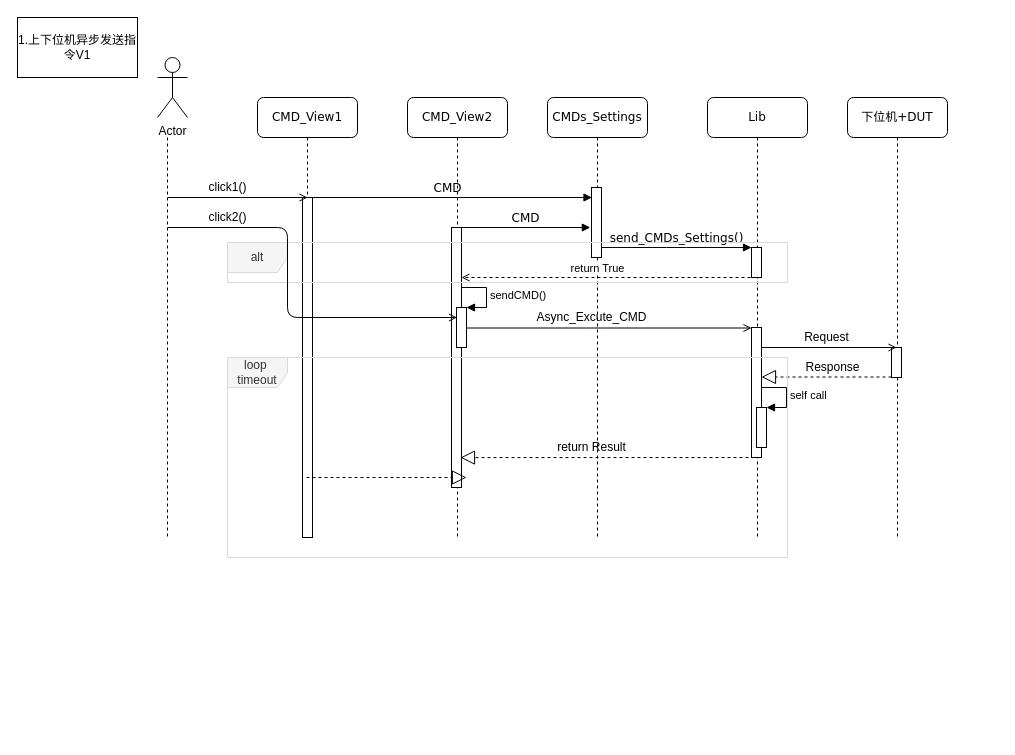
Before: Untitled Diagram.drawio in houxiaoxuan/CSharpBasicCodePractice, a draw.io diagram. Source tidied: cells renumbered, new cells numbered last; positions are measured from the earlier drawing's top-left corner, leaving out a move shared by most shapes. Both pictures are drawn from the tidied source at 100%, with x=0, y=0 at pixel (17, 17).
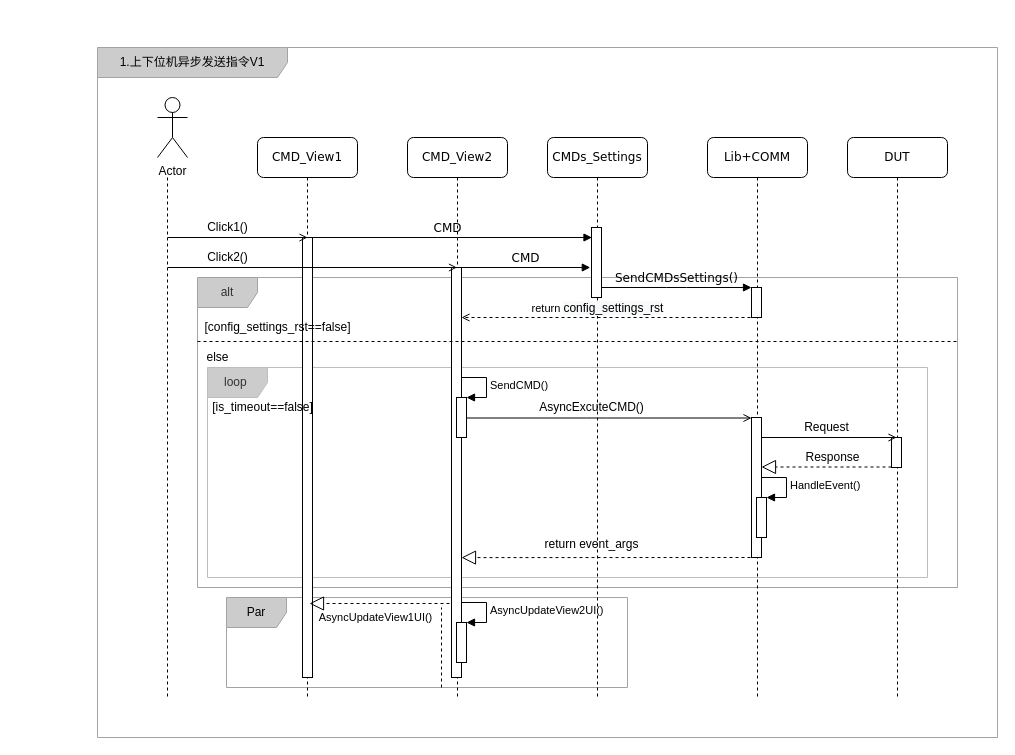
Above is the later version.

The change refers to these unchanged cells:
```xml
<mxCell id="3" style="html=1;points=[];perimeter=orthogonalPerimeter;rounded=0;shadow=0;comic=0;labelBackgroundColor=none;strokeWidth=1;fontFamily=Verdana;fontSize=12;align=center;" parent="2" vertex="1">
  <mxGeometry x="44" y="90" width="10" height="70" as="geometry" />
</mxCell>
<mxCell id="6" style="html=1;points=[];perimeter=orthogonalPerimeter;rounded=0;shadow=0;comic=0;labelBackgroundColor=none;strokeWidth=1;fontFamily=Verdana;fontSize=12;align=center;" parent="5" vertex="1">
  <mxGeometry x="44" y="150" width="10" height="30" as="geometry" />
</mxCell>
```

The edit, as a diff of the source:
```diff
@@
+    <mxCell id="31" value="1.上下位机异步发送指令V1" style="shape=umlFrame;whiteSpace=wrap;html=1;strokeColor=#A3A3A3;fillColor=#CCCCCC;width=190;height=30;" parent="1" vertex="1">
+      <mxGeometry x="80" y="30" width="900" height="690" as="geometry" />
+    </mxCell>
+    <mxCell id="40" value="Par" style="shape=umlFrame;whiteSpace=wrap;html=1;strokeColor=#A3A3A3;fillColor=#CCCCCC;" parent="1" vertex="1">
+      <mxGeometry x="209" y="580" width="401" height="90" as="geometry" />
+    </mxCell>
+    <mxCell id="35" value="alt" style="shape=umlFrame;whiteSpace=wrap;html=1;fontColor=#333333;strokeColor=#A3A3A3;fillColor=#CCCCCC;" parent="1" vertex="1">
+      <mxGeometry x="180" y="260" width="760" height="310" as="geometry" />
+    </mxCell>
+    <mxCell id="33" value="loop&amp;nbsp;" style="shape=umlFrame;whiteSpace=wrap;html=1;fontColor=#333333;strokeColor=#BDBDBD;fillColor=#CCCCCC;" parent="1" vertex="1">
+      <mxGeometry x="190" y="350" width="720" height="210" as="geometry" />
+    </mxCell>
     <mxCell id="2" value="CMDs_Settings" style="shape=umlLifeline;perimeter=lifelinePerimeter;whiteSpace=wrap;html=1;rounded=1;shadow=0;comic=0;labelBackgroundColor=none;strokeWidth=1;fontFamily=Verdana;fontSize=12;align=center;" parent="1" vertex="1">
-      <mxGeometry x="530" y="80" width="100" height="440" as="geometry" />
+      <mxGeometry x="530" y="120" width="100" height="560" as="geometry" />
     </mxCell>
@@
-    <mxCell id="4" value="return Result" style="text;html=1;align=center;verticalAlign=middle;" parent="2" vertex="1">
-      <mxGeometry x="4" y="340" width="80" height="20" as="geometry" />
+    <mxCell id="4" value="return event_args" style="text;html=1;align=center;verticalAlign=middle;" parent="2" vertex="1">
+      <mxGeometry x="-11" y="397" width="110" height="20" as="geometry" />
     </mxCell>
-    <mxCell id="5" value="Lib" style="shape=umlLifeline;perimeter=lifelinePerimeter;whiteSpace=wrap;html=1;rounded=1;shadow=0;comic=0;labelBackgroundColor=none;strokeWidth=1;fontFamily=Verdana;fontSize=12;align=center;" parent="1" vertex="1">
-      <mxGeometry x="690" y="80" width="100" height="440" as="geometry" />
+    <mxCell id="5" value="Lib+COMM" style="shape=umlLifeline;perimeter=lifelinePerimeter;whiteSpace=wrap;html=1;rounded=1;shadow=0;comic=0;labelBackgroundColor=none;strokeWidth=1;fontFamily=Verdana;fontSize=12;align=center;" parent="1" vertex="1">
+      <mxGeometry x="690" y="120" width="100" height="560" as="geometry" />
     </mxCell>
@@
     <mxCell id="7" style="html=1;perimeter=orthogonalPerimeter;rounded=0;shadow=0;comic=0;labelBackgroundColor=none;strokeWidth=1;fontFamily=Verdana;fontSize=12;align=center;" parent="5" vertex="1">
-      <mxGeometry x="44" y="230" width="10" height="130" as="geometry" />
+      <mxGeometry x="44" y="280" width="10" height="140" as="geometry" />
     </mxCell>
-    <mxCell id="8" value="下位机+DUT" style="shape=umlLifeline;perimeter=lifelinePerimeter;whiteSpace=wrap;html=1;rounded=1;shadow=0;comic=0;labelBackgroundColor=none;strokeWidth=1;fontFamily=Verdana;fontSize=12;align=center;" parent="1" vertex="1">
-      <mxGeometry x="830" y="80" width="100" height="440" as="geometry" />
+    <mxCell id="8" value="DUT" style="shape=umlLifeline;perimeter=lifelinePerimeter;whiteSpace=wrap;html=1;rounded=1;shadow=0;comic=0;labelBackgroundColor=none;strokeWidth=1;fontFamily=Verdana;fontSize=12;align=center;" parent="1" vertex="1">
+      <mxGeometry x="830" y="120" width="100" height="560" as="geometry" />
     </mxCell>
     <mxCell id="9" style="html=1;perimeter=orthogonalPerimeter;rounded=0;shadow=0;comic=0;labelBackgroundColor=none;strokeWidth=1;fontFamily=Verdana;fontSize=12;align=center;" parent="8" vertex="1">
-      <mxGeometry x="44" y="250" width="10" height="30" as="geometry" />
+      <mxGeometry x="44" y="300" width="10" height="30" as="geometry" />
     </mxCell>
     <mxCell id="10" value="CMD_View2" style="shape=umlLifeline;perimeter=lifelinePerimeter;whiteSpace=wrap;html=1;outlineConnect=0;rounded=1;shadow=0;comic=0;labelBackgroundColor=none;strokeWidth=1;fontFamily=Verdana;fontSize=12;align=center;" parent="1" vertex="1">
-      <mxGeometry x="390" y="80" width="100" height="440" as="geometry" />
+      <mxGeometry x="390" y="120" width="100" height="560" as="geometry" />
     </mxCell>
     <mxCell id="11" style="html=1;points=[];perimeter=orthogonalPerimeter;rounded=0;shadow=0;comic=0;labelBackgroundColor=none;strokeWidth=1;fontFamily=Verdana;fontSize=12;align=center;" parent="10" vertex="1">
-      <mxGeometry x="44" y="130" width="10" height="260" as="geometry" />
+      <mxGeometry x="44" y="130" width="10" height="410" as="geometry" />
     </mxCell>
@@
-    <mxCell id="13" value="send_CMDs_Settings()" style="html=1;verticalAlign=bottom;endArrow=block;entryX=0;entryY=0;labelBackgroundColor=none;fontFamily=Verdana;fontSize=12;edgeStyle=elbowEdgeStyle;elbow=vertical;" parent="1" edge="1" source="3" target="6">
+    <mxCell id="13" value="SendCMDsSettings()" style="html=1;verticalAlign=bottom;endArrow=block;entryX=0;entryY=0;labelBackgroundColor=none;fontFamily=Verdana;fontSize=12;edgeStyle=elbowEdgeStyle;elbow=vertical;" parent="1" edge="1" source="3" target="6">
       <mxGeometry relative="1" as="geometry" />
     </mxCell>
     <mxCell id="14" style="endArrow=open;endFill=1;endSize=6;html=1;labelBackgroundColor=none;" parent="1" edge="1">
       <mxGeometry relative="1" as="geometry">
-        <mxPoint x="439" y="310.5" as="sourcePoint" />
-        <mxPoint x="734" y="310.5" as="targetPoint" />
+        <mxPoint x="439" y="400.5" as="sourcePoint" />
+        <mxPoint x="734" y="400.5" as="targetPoint" />
         <Array as="points">
-          <mxPoint x="579" y="310.5" />
+          <mxPoint x="579" y="400.5" />
         </Array>
       </mxGeometry>
     </mxCell>
-    <mxCell id="15" value="Async_Excute_CMD" style="text;html=1;align=center;verticalAlign=middle;" parent="1" vertex="1">
-      <mxGeometry x="509" y="290" width="130" height="20" as="geometry" />
+    <mxCell id="15" value="AsyncExcuteCMD()" style="text;html=1;align=center;verticalAlign=middle;" parent="1" vertex="1">
+      <mxGeometry x="514" y="380" width="120" height="20" as="geometry" />
     </mxCell>
     <mxCell id="16" style="endArrow=open;dashed=1;endFill=0;endSize=6;html=1;labelBackgroundColor=none;" parent="1" edge="1">
       <mxGeometry relative="1" as="geometry">
-        <mxPoint x="739" y="260" as="sourcePoint" />
-        <mxPoint x="444" y="260" as="targetPoint" />
+        <mxPoint x="739" y="300" as="sourcePoint" />
+        <mxPoint x="444" y="300" as="targetPoint" />
       </mxGeometry>
     </mxCell>
-    <mxCell id="17" value="return True" style="edgeLabel;html=1;align=center;verticalAlign=middle;" parent="16" vertex="1">
+    <mxCell id="17" value="return&amp;nbsp;&lt;span style=&quot;font-size: 12px ; background-color: rgb(248 , 249 , 250)&quot;&gt;config_settings_rst&lt;/span&gt;" style="edgeLabel;html=1;align=center;verticalAlign=middle;" parent="16" vertex="1">
       <mxGeometry x="-0.37" relative="1" as="geometry">
         <mxPoint x="-67" y="-10" as="offset" />
       </mxGeometry>
     </mxCell>
     <mxCell id="18" style="html=1;points=[];perimeter=orthogonalPerimeter;" parent="1" vertex="1">
-      <mxGeometry x="439" y="290" width="10" height="40" as="geometry" />
+      <mxGeometry x="439" y="380" width="10" height="40" as="geometry" />
     </mxCell>
-    <mxCell id="19" value="sendCMD()" style="edgeStyle=orthogonalEdgeStyle;html=1;align=left;spacingLeft=2;endArrow=block;rounded=0;entryX=1;entryY=0;labelBackgroundColor=none;" parent="1" edge="1" target="18">
+    <mxCell id="19" value="SendCMD()" style="edgeStyle=orthogonalEdgeStyle;html=1;align=left;spacingLeft=2;endArrow=block;rounded=0;entryX=1;entryY=0;labelBackgroundColor=none;" parent="1" edge="1" target="18">
       <mxGeometry relative="1" as="geometry">
-        <mxPoint x="444" y="270" as="sourcePoint" />
+        <mxPoint x="444" y="360" as="sourcePoint" />
         <Array as="points">
-          <mxPoint x="469" y="270" />
+          <mxPoint x="469" y="360" />
         </Array>
       </mxGeometry>
     </mxCell>
     <mxCell id="20" style="endArrow=open;endFill=1;endSize=6;html=1;labelBackgroundColor=none;" parent="1" edge="1">
       <mxGeometry relative="1" as="geometry">
-        <mxPoint x="744" y="330" as="sourcePoint" />
-        <mxPoint x="879" y="330" as="targetPoint" />
+        <mxPoint x="744" y="420" as="sourcePoint" />
+        <mxPoint x="879" y="420" as="targetPoint" />
       </mxGeometry>
     </mxCell>
     <mxCell id="21" value="Request" style="text;html=1;align=center;verticalAlign=middle;" parent="1" vertex="1">
-      <mxGeometry x="779" y="310" width="60" height="20" as="geometry" />
+      <mxGeometry x="779" y="400" width="60" height="20" as="geometry" />
     </mxCell>
     <mxCell id="22" style="endArrow=block;dashed=1;endFill=0;endSize=12;html=1;labelBackgroundColor=none;" parent="1" edge="1">
       <mxGeometry relative="1" as="geometry">
-        <mxPoint x="874" y="359.5" as="sourcePoint" />
-        <mxPoint x="744" y="359.5" as="targetPoint" />
+        <mxPoint x="874" y="449.5" as="sourcePoint" />
+        <mxPoint x="744" y="449.5" as="targetPoint" />
       </mxGeometry>
     </mxCell>
     <mxCell id="23" value="Response" style="text;html=1;align=center;verticalAlign=middle;" parent="1" vertex="1">
-      <mxGeometry x="780" y="340" width="70" height="20" as="geometry" />
+      <mxGeometry x="780" y="430" width="70" height="20" as="geometry" />
     </mxCell>
     <mxCell id="24" style="html=1;points=[];perimeter=orthogonalPerimeter;" parent="1" vertex="1">
-      <mxGeometry x="739" y="390" width="10" height="40" as="geometry" />
+      <mxGeometry x="739" y="480" width="10" height="40" as="geometry" />
     </mxCell>
-    <mxCell id="25" value="self call" style="edgeStyle=orthogonalEdgeStyle;html=1;align=left;spacingLeft=2;endArrow=block;rounded=0;entryX=1;entryY=0;labelBackgroundColor=none;" parent="1" edge="1" target="24">
+    <mxCell id="25" value="HandleEvent()" style="edgeStyle=orthogonalEdgeStyle;html=1;align=left;spacingLeft=2;endArrow=block;rounded=0;entryX=1;entryY=0;labelBackgroundColor=none;" parent="1" edge="1" target="24">
       <mxGeometry relative="1" as="geometry">
-        <mxPoint x="744" y="370" as="sourcePoint" />
+        <mxPoint x="744" y="460" as="sourcePoint" />
         <Array as="points">
-          <mxPoint x="769" y="370" />
+          <mxPoint x="769" y="460" />
         </Array>
       </mxGeometry>
     </mxCell>
     <mxCell id="26" style="endArrow=block;dashed=1;endFill=0;endSize=12;html=1;labelBackgroundColor=none;entryX=0.5;entryY=0.523;entryDx=0;entryDy=0;entryPerimeter=0;" parent="1" edge="1">
       <mxGeometry relative="1" as="geometry">
-        <mxPoint x="743" y="440" as="sourcePoint" />
-        <mxPoint x="443" y="440.1" as="targetPoint" />
+        <mxPoint x="739" y="540" as="sourcePoint" />
+        <mxPoint x="444" y="540.1" as="targetPoint" />
       </mxGeometry>
     </mxCell>
     <mxCell id="27" style="rounded=0;orthogonalLoop=1;jettySize=auto;html=1;exitX=0;exitY=1;exitDx=0;exitDy=0;exitPerimeter=0;labelBackgroundColor=none;startFill=0;endArrow=none;endFill=0;endSize=6;dashed=1;" parent="1" edge="1">
       <mxGeometry relative="1" as="geometry">
-        <mxPoint x="150" y="120" as="sourcePoint" />
-        <mxPoint x="150" y="520" as="targetPoint" />
+        <mxPoint x="150" y="160" as="sourcePoint" />
+        <mxPoint x="150" y="680" as="targetPoint" />
       </mxGeometry>
     </mxCell>
     <mxCell id="28" value="Actor" style="shape=umlActor;verticalLabelPosition=bottom;verticalAlign=top;html=1;" parent="1" vertex="1">
-      <mxGeometry x="140" y="40" width="30" height="60" as="geometry" />
+      <mxGeometry x="140" y="80" width="30" height="60" as="geometry" />
     </mxCell>
     <mxCell id="29" value="CMD_View1" style="shape=umlLifeline;perimeter=lifelinePerimeter;whiteSpace=wrap;html=1;rounded=1;shadow=0;comic=0;labelBackgroundColor=none;strokeWidth=1;fontFamily=Verdana;fontSize=12;align=center;" parent="1" vertex="1">
-      <mxGeometry x="240" y="80" width="100" height="440" as="geometry" />
+      <mxGeometry x="240" y="120" width="100" height="560" as="geometry" />
     </mxCell>
     <mxCell id="30" style="html=1;perimeter=orthogonalPerimeter;rounded=0;shadow=0;comic=0;labelBackgroundColor=none;strokeWidth=1;fontFamily=Verdana;fontSize=12;align=center;" parent="29" vertex="1">
-      <mxGeometry x="45" y="100" width="10" height="340" as="geometry" />
+      <mxGeometry x="45" y="100" width="10" height="440" as="geometry" />
     </mxCell>
-    <mxCell id="31" value="1.上下位机异步发送指令V1" style="whiteSpace=wrap;html=1;" parent="1" vertex="1">
-      <mxGeometry width="120" height="60" as="geometry" />
-    </mxCell>
     <mxCell id="32" value="CMD" style="html=1;verticalAlign=bottom;endArrow=block;labelBackgroundColor=none;fontFamily=Verdana;fontSize=12;edgeStyle=elbowEdgeStyle;elbow=vertical;" parent="1" edge="1">
       <mxGeometry relative="1" as="geometry">
-        <mxPoint x="285" y="180" as="sourcePoint" />
-        <mxPoint x="574.5" y="180" as="targetPoint" />
+        <mxPoint x="285" y="220" as="sourcePoint" />
+        <mxPoint x="574.5" y="220" as="targetPoint" />
       </mxGeometry>
     </mxCell>
-    <mxCell id="33" value="loop&amp;nbsp; timeout" style="shape=umlFrame;whiteSpace=wrap;html=1;fillColor=#f5f5f5;fontColor=#333333;strokeColor=#D9D9D9;" parent="1" vertex="1">
-      <mxGeometry x="210" y="340" width="560" height="200" as="geometry" />
-    </mxCell>
     <mxCell id="34" style="endArrow=block;dashed=1;endFill=0;endSize=12;html=1;labelBackgroundColor=none;" parent="1" edge="1">
       <mxGeometry relative="1" as="geometry">
-        <mxPoint x="289" y="460" as="sourcePoint" />
-        <mxPoint x="449" y="460" as="targetPoint" />
+        <mxPoint x="432" y="586" as="sourcePoint" />
+        <mxPoint x="292" y="586" as="targetPoint" />
       </mxGeometry>
     </mxCell>
-    <mxCell id="35" value="alt" style="shape=umlFrame;whiteSpace=wrap;html=1;fillColor=#f5f5f5;fontColor=#333333;strokeColor=#D9D9D9;" parent="1" vertex="1">
-      <mxGeometry x="210" y="225" width="560" height="40" as="geometry" />
-    </mxCell>
     <mxCell id="36" style="endArrow=open;endFill=1;endSize=6;html=1;labelBackgroundColor=none;" parent="1" edge="1">
       <mxGeometry relative="1" as="geometry">
-        <mxPoint x="150" y="180" as="sourcePoint" />
-        <mxPoint x="290" y="180" as="targetPoint" />
+        <mxPoint x="150" y="220" as="sourcePoint" />
+        <mxPoint x="290" y="220" as="targetPoint" />
       </mxGeometry>
     </mxCell>
-    <mxCell id="37" value="click1()" style="text;html=1;align=center;verticalAlign=middle;" parent="1" vertex="1">
-      <mxGeometry x="185" y="160" width="50" height="20" as="geometry" />
+    <mxCell id="37" value="Click1()" style="text;html=1;align=center;verticalAlign=middle;" parent="1" vertex="1">
+      <mxGeometry x="180" y="200" width="60" height="20" as="geometry" />
     </mxCell>
-    <mxCell id="38" value="click2()" style="text;html=1;align=center;verticalAlign=middle;" parent="1" vertex="1">
-      <mxGeometry x="185" y="190" width="50" height="20" as="geometry" />
+    <mxCell id="38" value="Click2()" style="text;html=1;align=center;verticalAlign=middle;" parent="1" vertex="1">
+      <mxGeometry x="180" y="230" width="60" height="20" as="geometry" />
     </mxCell>
-    <mxCell id="39" style="endArrow=open;endFill=1;endSize=6;html=1;labelBackgroundColor=none;edgeStyle=elbowEdgeStyle;" parent="1" edge="1" target="10">
+    <mxCell id="39" style="endArrow=open;endFill=1;endSize=6;html=1;labelBackgroundColor=none;" parent="1" edge="1" target="10">
       <mxGeometry relative="1" as="geometry">
-        <mxPoint x="150" y="210" as="sourcePoint" />
+        <mxPoint x="150" y="250" as="sourcePoint" />
       </mxGeometry>
     </mxCell>
+    <mxCell id="41" style="html=1;points=[];perimeter=orthogonalPerimeter;fillColor=#FFFFFF;" parent="1" vertex="1">
+      <mxGeometry x="439" y="605" width="10" height="40" as="geometry" />
+    </mxCell>
+    <mxCell id="42" value="AsyncUpdateView2UI()" style="edgeStyle=orthogonalEdgeStyle;html=1;align=left;spacingLeft=2;endArrow=block;rounded=0;entryX=1;entryY=0;labelBackgroundColor=none;" parent="1" edge="1" target="41">
+      <mxGeometry relative="1" as="geometry">
+        <mxPoint x="444" y="585" as="sourcePoint" />
+        <Array as="points">
+          <mxPoint x="469" y="585" />
+        </Array>
+      </mxGeometry>
+    </mxCell>
+    <mxCell id="43" value="[config_settings_rst==false]" style="text;html=1;align=center;verticalAlign=middle;" parent="1" vertex="1">
+      <mxGeometry x="180" y="300" width="160" height="20" as="geometry" />
+    </mxCell>
+    <mxCell id="44" style="endArrow=none;dashed=1;html=1;labelBackgroundColor=none;" parent="1" edge="1">
+      <mxGeometry relative="1" as="geometry">
+        <mxPoint x="180" y="324" as="sourcePoint" />
+        <mxPoint x="940" y="324" as="targetPoint" />
+      </mxGeometry>
+    </mxCell>
+    <mxCell id="45" value="else" style="text;html=1;align=center;verticalAlign=middle;" parent="1" vertex="1">
+      <mxGeometry x="180" y="330" width="40" height="20" as="geometry" />
+    </mxCell>
+    <mxCell id="46" value="[is_timeout==false]" style="text;html=1;align=center;verticalAlign=middle;" parent="1" vertex="1">
+      <mxGeometry x="185" y="380" width="120" height="20" as="geometry" />
+    </mxCell>
+    <mxCell id="47" value="&lt;span style=&quot;font-size: 11px ; text-align: left&quot;&gt;AsyncUpdateView1UI()&lt;/span&gt;" style="text;html=1;align=center;verticalAlign=middle;" parent="1" vertex="1">
+      <mxGeometry x="288" y="590" width="140" height="20" as="geometry" />
+    </mxCell>
+    <mxCell id="48" style="endArrow=none;dashed=1;html=1;labelBackgroundColor=none;exitX=0.546;exitY=1.029;exitDx=0;exitDy=0;exitPerimeter=0;" parent="1" edge="1">
+      <mxGeometry relative="1" as="geometry">
+        <mxPoint x="424" y="670" as="sourcePoint" />
+        <mxPoint x="424" y="590" as="targetPoint" />
+      </mxGeometry>
+    </mxCell>
```
